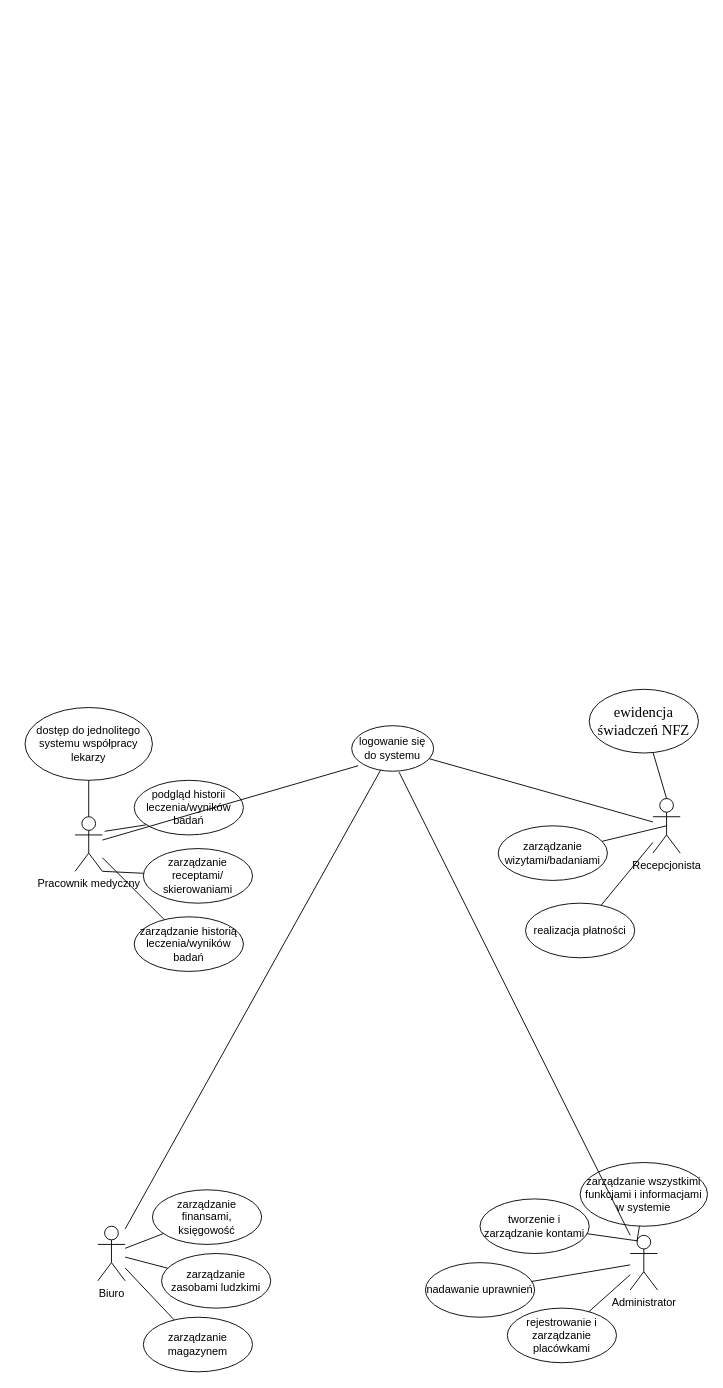
Earlier version of the draw.io diagram IO lab 1 .drawio (tschuyebuhl/tschuyebuhl.github.io). Source tidied: cells renumbered, new cells numbered last; positions are measured from the earlier drawing's top-left corner, leaving out a move shared by most shapes. Both pictures are drawn from the tidied source at 91%, with x=0, y=0 at pixel (25, 689).
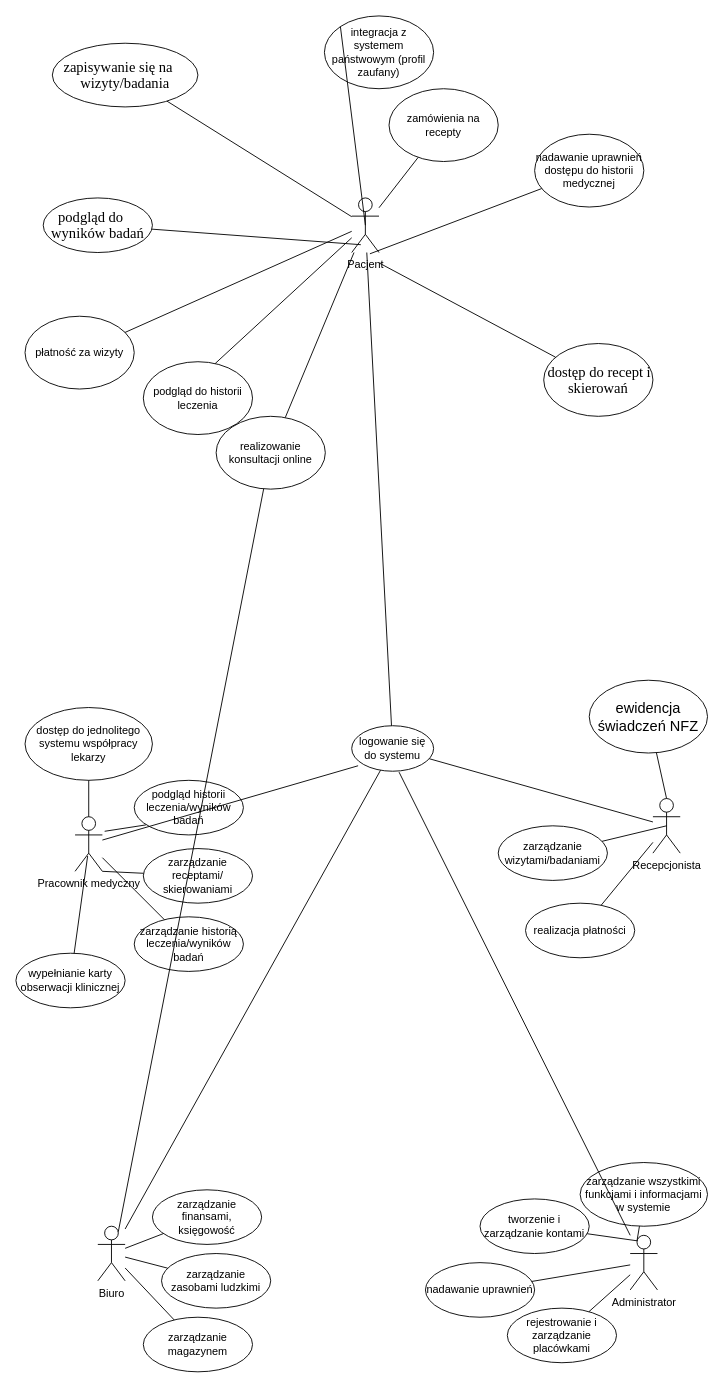
After the change.

The change refers to these unchanged cells:
```xml
<mxCell id="3" value="logowanie się do systemu" style="ellipse;whiteSpace=wrap;html=1;" parent="1" vertex="1">
  <mxGeometry x="359" y="40" width="90" height="50" as="geometry" />
</mxCell>
<mxCell id="18" value="Biuro" style="shape=umlActor;verticalLabelPosition=bottom;verticalAlign=top;html=1;outlineConnect=0;" parent="1" vertex="1">
  <mxGeometry x="80" y="590" width="30" height="60" as="geometry" />
</mxCell>
```

What changed in the source:
```diff
@@
-    <mxCell id="6" value="&lt;div&gt;&lt;font face=&quot;times new roman, times new roman_embeddedfont, times new roman_msfontservice, serif&quot;&gt;&lt;span style=&quot;font-size: 16px ; background-color: rgb(255 , 255 , 255)&quot;&gt;ewidencja świadczeń NFZ&lt;/span&gt;&lt;/font&gt;&lt;/div&gt;" style="ellipse;whiteSpace=wrap;html=1;align=center;" parent="1" vertex="1">
-      <mxGeometry x="620" width="120" height="70" as="geometry" />
+    <mxCell id="6" value="&lt;div&gt;&lt;span style=&quot;font-size: 16px ; background-color: rgb(255 , 255 , 255)&quot;&gt;ewidencja świadczeń NFZ&lt;/span&gt;&lt;/div&gt;" style="ellipse;whiteSpace=wrap;html=1;align=center;" parent="1" vertex="1">
+      <mxGeometry x="620" y="-10" width="130" height="80" as="geometry" />
     </mxCell>
@@
+    <mxCell id="39" value="&lt;p class=&quot;MsoListParagraph&quot; style=&quot;text-indent: -18.0pt&quot;&gt;&lt;span style=&quot;font-size: 12.0pt ; line-height: 107% ; font-family: &amp;#34;symbol&amp;#34;&quot;&gt;&lt;span style=&quot;font-stretch: normal ; font-size: 7pt ; line-height: normal ; font-family: &amp;#34;times new roman&amp;#34;&quot;&gt;&amp;nbsp; &amp;nbsp;&amp;nbsp;&lt;/span&gt;&lt;/span&gt;&lt;span style=&quot;font-size: 12.0pt ; line-height: 107% ; font-family: &amp;#34;times new roman&amp;#34; , serif&quot;&gt;zapisywanie się na wizyty/badania&lt;/span&gt;&lt;/p&gt;" style="ellipse;whiteSpace=wrap;html=1;" parent="1" vertex="1">
+      <mxGeometry x="30" y="-710" width="160" height="70" as="geometry" />
+    </mxCell>
+    <mxCell id="40" value="&lt;p class=&quot;MsoListParagraph&quot; style=&quot;text-indent: -18.0pt&quot;&gt;&lt;span style=&quot;line-height: 107%&quot;&gt;&lt;span style=&quot;font-stretch: normal ; line-height: normal ; font-size: 16px&quot;&gt;&lt;font face=&quot;Symbol&quot;&gt;&amp;nbsp;&lt;/font&gt;&lt;/span&gt;&lt;span style=&quot;font-family: &amp;#34;times new roman&amp;#34; ; font-size: 7pt ; font-stretch: normal ; line-height: normal&quot;&gt; &amp;nbsp;&lt;/span&gt;&lt;/span&gt;&lt;span style=&quot;font-size: 12.0pt ; line-height: 107% ; font-family: &amp;#34;times new roman&amp;#34; , serif&quot;&gt;podgląd do wyników badań&lt;/span&gt;&lt;/p&gt;" style="ellipse;whiteSpace=wrap;html=1;" parent="1" vertex="1">
+      <mxGeometry x="20" y="-540" width="120" height="60" as="geometry" />
+    </mxCell>
+    <mxCell id="41" value="zamówienia na recepty" style="ellipse;whiteSpace=wrap;html=1;" parent="1" vertex="1">
+      <mxGeometry x="400" y="-660" width="120" height="80" as="geometry" />
+    </mxCell>
+    <mxCell id="42" value="płatność za wizyty" style="ellipse;whiteSpace=wrap;html=1;" parent="1" vertex="1">
+      <mxGeometry y="-410" width="120" height="80" as="geometry" />
+    </mxCell>
+    <mxCell id="43" value="integracja z systemem państwowym (profil zaufany)" style="ellipse;whiteSpace=wrap;html=1;" parent="1" vertex="1">
+      <mxGeometry x="329" y="-740" width="120" height="80" as="geometry" />
+    </mxCell>
+    <mxCell id="44" value="nadawanie uprawnień dostępu do historii medycznej" style="ellipse;whiteSpace=wrap;html=1;" parent="1" vertex="1">
+      <mxGeometry x="560" y="-610" width="120" height="80" as="geometry" />
+    </mxCell>
+    <mxCell id="45" value="&lt;p class=&quot;MsoListParagraph&quot; style=&quot;text-indent: -18.0pt&quot;&gt;&lt;span style=&quot;font-size: 12pt ; line-height: 107%&quot;&gt;&lt;font face=&quot;Symbol&quot;&gt;&amp;nbsp; &amp;nbsp; &amp;nbsp;&amp;nbsp;&lt;/font&gt;&lt;/span&gt;&lt;span style=&quot;font-size: 12.0pt ; line-height: 107% ; font-family: &amp;#34;times new roman&amp;#34; , serif&quot;&gt;dostęp do recept i skierowań&lt;/span&gt;&lt;/p&gt;" style="ellipse;whiteSpace=wrap;html=1;" parent="1" vertex="1">
+      <mxGeometry x="570" y="-380" width="120" height="80" as="geometry" />
+    </mxCell>
+    <mxCell id="46" value="podgląd do historii leczenia" style="ellipse;whiteSpace=wrap;html=1;" parent="1" vertex="1">
+      <mxGeometry x="130" y="-360" width="120" height="80" as="geometry" />
+    </mxCell>
+    <mxCell id="47" value="realizowanie konsultacji online" style="ellipse;whiteSpace=wrap;html=1;" parent="1" vertex="1">
+      <mxGeometry x="210" y="-300" width="120" height="80" as="geometry" />
+    </mxCell>
+    <mxCell id="48" value="Pacjent&lt;br&gt;" style="shape=umlActor;verticalLabelPosition=bottom;verticalAlign=top;html=1;outlineConnect=0;" parent="1" vertex="1">
+      <mxGeometry x="359" y="-540" width="30" height="60" as="geometry" />
+    </mxCell>
+    <mxCell id="49" style="endArrow=none;html=1;rounded=0;" parent="1" edge="1" source="39" target="48">
+      <mxGeometry relative="1" as="geometry" />
+    </mxCell>
+    <mxCell id="50" style="endArrow=none;html=1;rounded=0;" parent="1" edge="1" source="40">
+      <mxGeometry relative="1" as="geometry">
+        <mxPoint x="369" y="-488.6" as="targetPoint" />
+      </mxGeometry>
+    </mxCell>
+    <mxCell id="51" style="endArrow=none;html=1;rounded=0;" parent="1" edge="1" source="44">
+      <mxGeometry relative="1" as="geometry">
+        <mxPoint x="379" y="-478.6" as="targetPoint" />
+      </mxGeometry>
+    </mxCell>
+    <mxCell id="52" style="endArrow=none;html=1;rounded=0;" parent="1" edge="1" source="45">
+      <mxGeometry relative="1" as="geometry">
+        <mxPoint x="389" y="-468.6" as="targetPoint" />
+      </mxGeometry>
+    </mxCell>
+    <mxCell id="53" style="endArrow=none;html=1;rounded=0;exitX=0.658;exitY=0.025;exitDx=0;exitDy=0;exitPerimeter=0;" parent="1" edge="1" source="46" target="48">
+      <mxGeometry relative="1" as="geometry" />
+    </mxCell>
+    <mxCell id="54" style="endArrow=none;html=1;rounded=0;exitX=0;exitY=0;exitDx=0;exitDy=0;entryX=0.5;entryY=0.5;entryDx=0;entryDy=0;entryPerimeter=0;" parent="1" edge="1" source="43" target="48">
+      <mxGeometry relative="1" as="geometry" />
+    </mxCell>
+    <mxCell id="55" style="endArrow=none;html=1;rounded=0;" parent="1" edge="1" source="41" target="48">
+      <mxGeometry relative="1" as="geometry" />
+    </mxCell>
+    <mxCell id="56" style="endArrow=none;html=1;rounded=0;" parent="1" edge="1" source="42" target="48">
+      <mxGeometry relative="1" as="geometry" />
+    </mxCell>
+    <mxCell id="57" style="endArrow=none;html=1;rounded=0;" parent="1" edge="1" source="47" target="48">
+      <mxGeometry relative="1" as="geometry" />
+    </mxCell>
+    <mxCell id="58" style="endArrow=none;html=1;rounded=0;exitX=0.75;exitY=0.1;exitDx=0;exitDy=0;exitPerimeter=0;" parent="1" edge="1" source="18" target="47">
+      <mxGeometry relative="1" as="geometry" />
+    </mxCell>
+    <mxCell id="59" value="wypełnianie karty obserwacji klinicznej" style="ellipse;whiteSpace=wrap;html=1;" parent="1" vertex="1">
+      <mxGeometry x="-10" y="290" width="120" height="60" as="geometry" />
+    </mxCell>
+    <mxCell id="60" style="endArrow=none;html=1;rounded=0;" parent="1" edge="1" target="59">
+      <mxGeometry relative="1" as="geometry">
+        <mxPoint x="68.8" y="183.2" as="sourcePoint" />
+      </mxGeometry>
+    </mxCell>
+    <mxCell id="61" style="endArrow=none;html=1;rounded=0;" parent="1" edge="1" source="3" target="48">
+      <mxGeometry relative="1" as="geometry" />
+    </mxCell>
```
